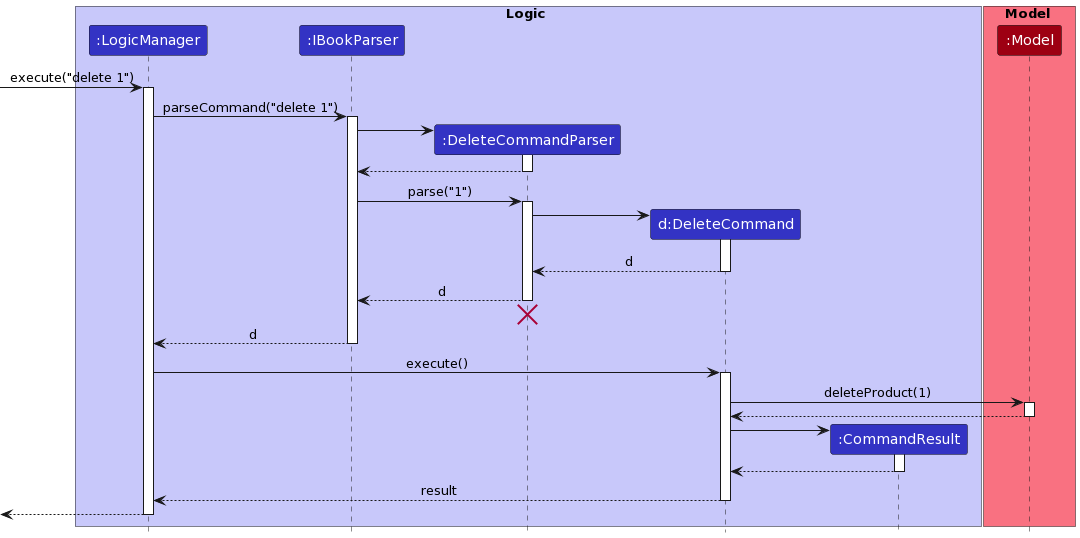
nus-cs2103-AY2122S2/tp keeps this PlantUML diagram as docs/images/DeleteSequenceDiagram.png. Above is the earlier version.
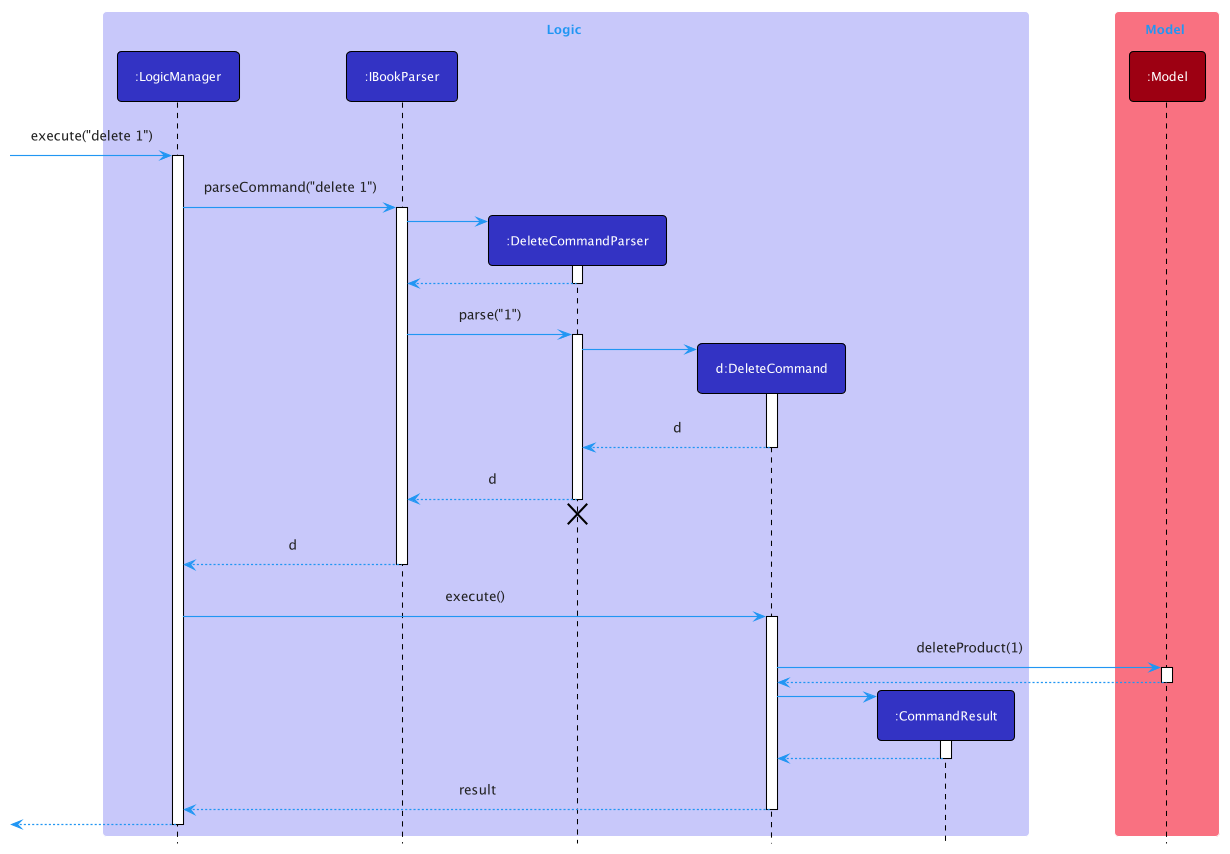
Later version of the same file.

What changed in the source:
```diff
@@ -1,70 +1,5 @@
 @startuml
-!define UI_COLOR #1D8900
-!define UI_COLOR_T1 #83E769
-!define UI_COLOR_T2 #3FC71B
-!define UI_COLOR_T3 #166800
-!define UI_COLOR_T4 #0E4100
-
-!define LOGIC_COLOR #3333C4
-!define LOGIC_COLOR_T1 #C8C8FA
-!define LOGIC_COLOR_T2 #6A6ADC
-!define LOGIC_COLOR_T3 #1616B0
-!define LOGIC_COLOR_T4 #101086
-
-!define MODEL_COLOR #9D0012
-!define MODEL_COLOR_T1 #F97181
-!define MODEL_COLOR_T2 #E41F36
-!define MODEL_COLOR_T3 #7B000E
-!define MODEL_COLOR_T4 #51000A
-
-!define STORAGE_COLOR #A38300
-!define STORAGE_COLOR_T1 #FFE374
-!define STORAGE_COLOR_T2 #EDC520
-!define STORAGE_COLOR_T3 #806600
-!define STORAGE_COLOR_T2 #544400
-
-!define USER_COLOR #000000
-
-skinparam BackgroundColor #FFFFFFF
-
-skinparam Shadowing false
-
-skinparam Class {
-    FontColor #FFFFFF
-    BorderThickness 1
-    BorderColor #FFFFFF
-    StereotypeFontColor #FFFFFF
-    FontName Arial
-}
-
-skinparam Actor {
-    BorderColor USER_COLOR
-    Color USER_COLOR
-    FontName Arial
-}
-
-skinparam Sequence {
-    MessageAlign center
-    BoxFontSize 15
-    BoxPadding 0
-    BoxFontColor #FFFFFF
-    FontName Arial
-}
-
-skinparam Participant {
-    FontColor #FFFFFFF
-    Padding 20
-}
-
-skinparam MinClassWidth 50
-skinparam ParticipantPadding 10
-skinparam Shadowing false
-skinparam DefaultTextAlignment center
-skinparam packageStyle Rectangle
-
-hide footbox
-hide members
-hide circle
+!include style.puml
 
 box Logic LOGIC_COLOR_T1
 participant ":LogicManager" as LogicManager LOGIC_COLOR
```
